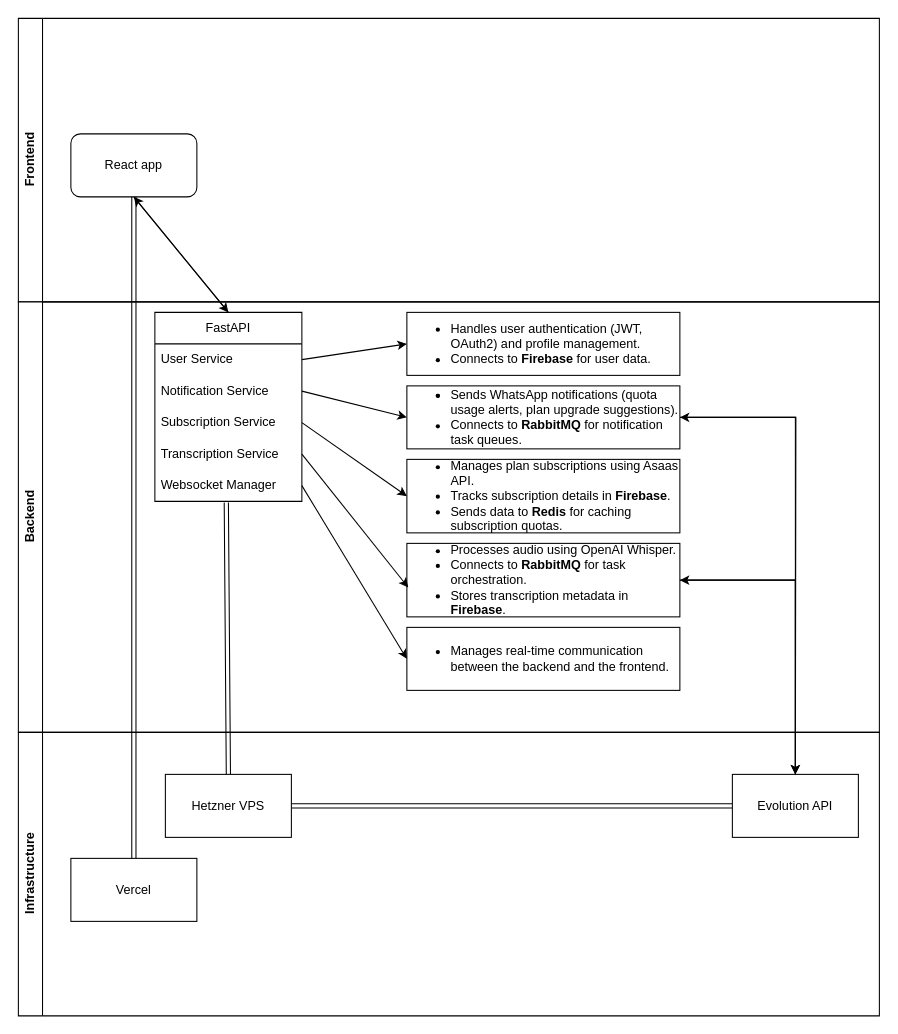
The draw.io diagram SystemDesign.drawio in gianverdum/CutTheChaseArchitecture, before the edit. Source tidied: cells renumbered, new cells numbered last; positions are measured from the earlier drawing's top-left corner, leaving out a move shared by most shapes. Both pictures are drawn from the tidied source at 105%, with x=0, y=0 at pixel (18, 18).
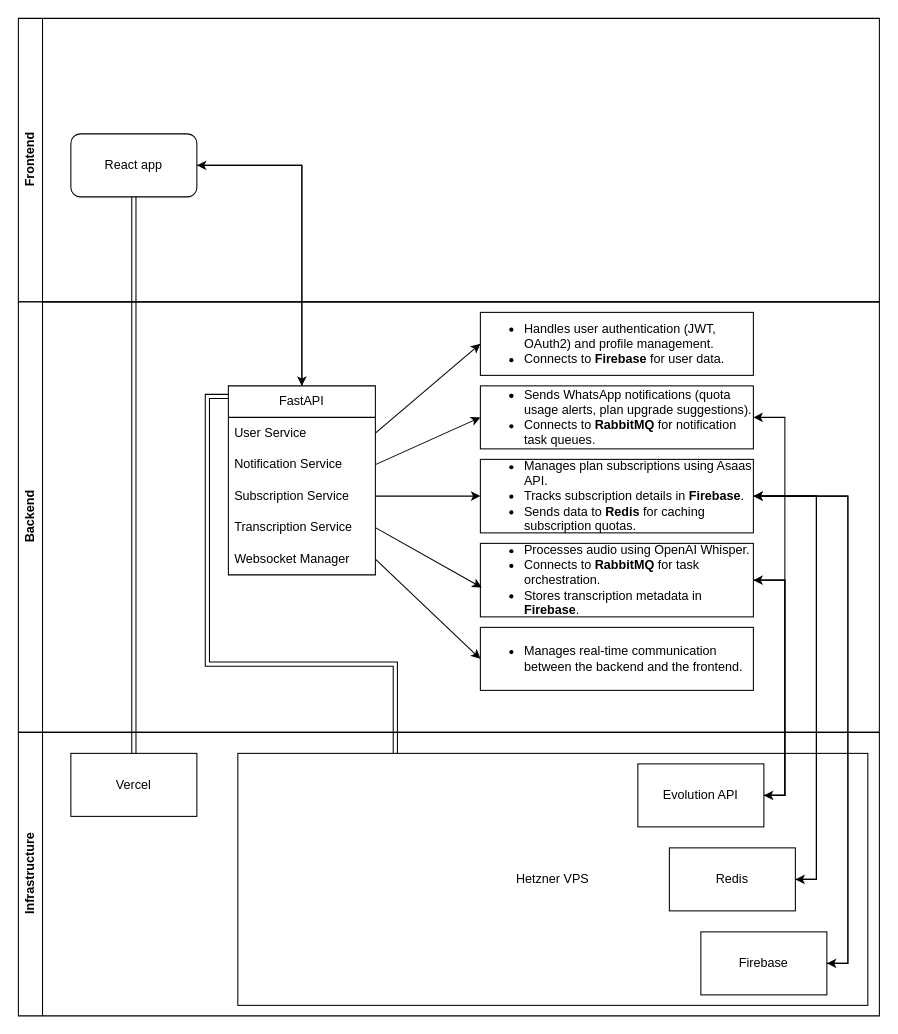
After the change.

Commit message:
System design v1

Unchanged cells that the change refers to:
```xml
<mxCell id="3" value="React app" style="rounded=1;whiteSpace=wrap;html=1;" parent="2" vertex="1">
  <mxGeometry x="50" y="110" width="120" height="60" as="geometry" />
</mxCell>
<mxCell id="4" value="Backend" style="swimlane;horizontal=0;whiteSpace=wrap;html=1;" parent="1" vertex="1">
  <mxGeometry y="270" width="820" height="410" as="geometry" />
</mxCell>
<mxCell id="10" value="Websocket Manager" style="text;strokeColor=none;fillColor=none;align=left;verticalAlign=middle;spacingLeft=4;spacingRight=4;overflow=hidden;points=[[0,0.5],[1,0.5]];portConstraint=eastwest;whiteSpace=wrap;html=1;" parent="5" vertex="1">
  <mxGeometry y="150" width="140" height="30" as="geometry" />
</mxCell>
<mxCell id="22" value="Infrastructure" style="swimlane;horizontal=0;whiteSpace=wrap;html=1;" parent="1" vertex="1">
  <mxGeometry y="680" width="820" height="270" as="geometry" />
</mxCell>
```

What changed in the source:
```diff
@@
     <mxCell id="5" value="FastAPI" style="swimlane;fontStyle=0;horizontal=1;startSize=30;whiteSpace=wrap;html=1;" parent="4" vertex="1">
-      <mxGeometry x="130" y="10" width="140" height="180" as="geometry" />
+      <mxGeometry x="200" y="80" width="140" height="180" as="geometry" />
     </mxCell>
@@
-    <mxCell id="11" style="edgeStyle=orthogonalEdgeStyle;rounded=0;jettySize=auto;html=1;exitX=1;exitY=0.5;exitDx=0;exitDy=0;" parent="4" edge="1" source="12">
-      <mxGeometry relative="1" as="geometry">
-        <mxPoint x="740" y="450" as="targetPoint" />
-      </mxGeometry>
-    </mxCell>
     <mxCell id="12" value="&lt;ul&gt;&lt;li&gt;&lt;li&gt;Sends WhatsApp notifications (quota usage alerts, plan upgrade suggestions).&lt;/li&gt;&lt;li&gt;Connects to &lt;strong&gt;RabbitMQ&lt;/strong&gt; for notification task queues.&lt;/li&gt;&lt;/li&gt;&lt;/ul&gt;" style="rounded=0;whiteSpace=wrap;html=1;align=left;" parent="4" vertex="1">
-      <mxGeometry x="370" y="80" width="260" height="60" as="geometry" />
+      <mxGeometry x="440" y="80" width="260" height="60" as="geometry" />
     </mxCell>
@@
     <mxCell id="14" value="&lt;ul&gt;&lt;li&gt;Manages plan subscriptions using Asaas API.&lt;/li&gt;&lt;li&gt;Tracks subscription details in &lt;strong&gt;Firebase&lt;/strong&gt;.&lt;/li&gt;&lt;li&gt;Sends data to &lt;strong&gt;Redis&lt;/strong&gt; for caching subscription quotas.&lt;/li&gt;&lt;/ul&gt;" style="rounded=0;whiteSpace=wrap;html=1;align=left;" parent="4" vertex="1">
-      <mxGeometry x="370" y="150" width="260" height="70" as="geometry" />
+      <mxGeometry x="440" y="150" width="260" height="70" as="geometry" />
     </mxCell>
@@
     <mxCell id="16" value="&lt;ul&gt;&lt;li&gt;Processes audio using OpenAI Whisper.&lt;/li&gt;&lt;li&gt;Connects to &lt;strong&gt;RabbitMQ&lt;/strong&gt; for task orchestration.&lt;/li&gt;&lt;li&gt;Stores transcription metadata in &lt;strong&gt;Firebase&lt;/strong&gt;.&lt;/li&gt;&lt;/ul&gt;" style="rounded=0;whiteSpace=wrap;html=1;align=left;" parent="4" vertex="1">
-      <mxGeometry x="370" y="230" width="260" height="70" as="geometry" />
+      <mxGeometry x="440" y="230" width="260" height="70" as="geometry" />
     </mxCell>
@@
     <mxCell id="18" value="&lt;ul&gt;&lt;li&gt;Manages real-time communication between the backend and the frontend.&lt;/li&gt;&lt;/ul&gt;" style="rounded=0;whiteSpace=wrap;html=1;align=left;" parent="4" vertex="1">
-      <mxGeometry x="370" y="310" width="260" height="60" as="geometry" />
+      <mxGeometry x="440" y="310" width="260" height="60" as="geometry" />
     </mxCell>
@@
     <mxCell id="20" value="&lt;ul&gt;&lt;li&gt;Handles user authentication (JWT, OAuth2) and profile management.&lt;/li&gt;&lt;li&gt;Connects to &lt;strong&gt;Firebase&lt;/strong&gt; for user data.&lt;/li&gt;&lt;/ul&gt;" style="rounded=0;whiteSpace=wrap;html=1;align=left;" parent="4" vertex="1">
-      <mxGeometry x="370" y="10" width="260" height="60" as="geometry" />
+      <mxGeometry x="440" y="10" width="260" height="60" as="geometry" />
     </mxCell>
@@
     <mxCell id="23" value="Vercel" style="rounded=0;whiteSpace=wrap;html=1;" parent="22" vertex="1">
-      <mxGeometry x="50" y="120" width="120" height="60" as="geometry" />
+      <mxGeometry x="50" y="20" width="120" height="60" as="geometry" />
     </mxCell>
-    <mxCell id="24" style="edgeStyle=orthogonalEdgeStyle;rounded=0;jettySize=auto;html=1;exitX=1;exitY=0.5;exitDx=0;exitDy=0;entryX=0;entryY=0.5;entryDx=0;entryDy=0;shape=link;" parent="22" edge="1" source="25" target="27">
-      <mxGeometry relative="1" as="geometry" />
-    </mxCell>
     <mxCell id="25" value="Hetzner VPS" style="rounded=0;whiteSpace=wrap;html=1;" parent="22" vertex="1">
-      <mxGeometry x="140" y="40" width="120" height="60" as="geometry" />
+      <mxGeometry x="209" y="20" width="600" height="240" as="geometry" />
     </mxCell>
@@
     <mxCell id="27" value="Evolution API" style="rounded=0;whiteSpace=wrap;html=1;" parent="22" vertex="1">
-      <mxGeometry x="680" y="40" width="120" height="60" as="geometry" />
+      <mxGeometry x="590" y="30" width="120" height="60" as="geometry" />
     </mxCell>
-    <mxCell id="28" style="edgeStyle=none;rounded=0;jettySize=auto;html=1;exitX=0.5;exitY=1;exitDx=0;exitDy=0;entryX=0.5;entryY=0;entryDx=0;entryDy=0;" parent="1" edge="1" source="3" target="5">
-      <mxGeometry relative="1" as="geometry" />
-    </mxCell>
-    <mxCell id="29" style="edgeStyle=none;rounded=0;jettySize=auto;html=1;exitX=0.5;exitY=0;exitDx=0;exitDy=0;entryX=0.5;entryY=1;entryDx=0;entryDy=0;" parent="1" edge="1" source="5" target="3">
-      <mxGeometry relative="1" as="geometry" />
-    </mxCell>
+    <mxCell id="35" value="Redis" style="rounded=0;whiteSpace=wrap;html=1;" parent="22" vertex="1">
+      <mxGeometry x="620" y="110" width="120" height="60" as="geometry" />
+    </mxCell>
+    <mxCell id="36" value="Firebase" style="rounded=0;whiteSpace=wrap;html=1;" parent="22" vertex="1">
+      <mxGeometry x="650" y="190" width="120" height="60" as="geometry" />
+    </mxCell>
@@
-    <mxCell id="31" style="edgeStyle=none;rounded=0;jettySize=auto;html=1;exitX=0.5;exitY=0;exitDx=0;exitDy=0;shape=link;entryX=0.486;entryY=1.039;entryDx=0;entryDy=0;entryPerimeter=0;" parent="1" edge="1" source="25" target="10">
-      <mxGeometry relative="1" as="geometry" />
-    </mxCell>
-    <mxCell id="32" style="edgeStyle=orthogonalEdgeStyle;rounded=0;jettySize=auto;html=1;exitX=1;exitY=0.5;exitDx=0;exitDy=0;entryX=0.5;entryY=0;entryDx=0;entryDy=0;" parent="1" edge="1" source="16" target="27">
+    <mxCell id="32" style="edgeStyle=orthogonalEdgeStyle;rounded=0;jettySize=auto;html=1;exitX=1;exitY=0.5;exitDx=0;exitDy=0;entryX=1;entryY=0.5;entryDx=0;entryDy=0;" parent="1" edge="1" source="16" target="27">
       <mxGeometry relative="1" as="geometry" />
     </mxCell>
-    <mxCell id="33" style="edgeStyle=orthogonalEdgeStyle;rounded=0;jettySize=auto;html=1;exitX=0.5;exitY=0;exitDx=0;exitDy=0;entryX=1;entryY=0.5;entryDx=0;entryDy=0;" parent="1" edge="1" source="27" target="16">
+    <mxCell id="33" style="edgeStyle=orthogonalEdgeStyle;rounded=0;jettySize=auto;html=1;exitX=1;exitY=0.5;exitDx=0;exitDy=0;entryX=1;entryY=0.5;entryDx=0;entryDy=0;" parent="1" edge="1" source="27" target="16">
       <mxGeometry relative="1" as="geometry" />
     </mxCell>
-    <mxCell id="34" style="edgeStyle=orthogonalEdgeStyle;rounded=0;jettySize=auto;html=1;exitX=0.5;exitY=0;exitDx=0;exitDy=0;entryX=1;entryY=0.5;entryDx=0;entryDy=0;" parent="1" edge="1" source="27" target="12">
+    <mxCell id="34" style="edgeStyle=orthogonalEdgeStyle;rounded=0;jettySize=auto;html=1;exitX=1;exitY=0.5;exitDx=0;exitDy=0;entryX=1;entryY=0.5;entryDx=0;entryDy=0;" parent="1" edge="1" source="27" target="12">
       <mxGeometry relative="1" as="geometry" />
     </mxCell>
+    <mxCell id="37" style="edgeStyle=orthogonalEdgeStyle;rounded=0;jettySize=auto;html=1;exitX=1;exitY=0.5;exitDx=0;exitDy=0;entryX=1;entryY=0.5;entryDx=0;entryDy=0;" parent="1" edge="1" source="36" target="14">
+      <mxGeometry relative="1" as="geometry" />
+    </mxCell>
+    <mxCell id="38" style="edgeStyle=orthogonalEdgeStyle;rounded=0;jettySize=auto;html=1;exitX=1;exitY=0.5;exitDx=0;exitDy=0;entryX=1;entryY=0.5;entryDx=0;entryDy=0;" parent="1" edge="1" source="14" target="36">
+      <mxGeometry relative="1" as="geometry" />
+    </mxCell>
+    <mxCell id="39" style="edgeStyle=orthogonalEdgeStyle;rounded=0;jettySize=auto;html=1;exitX=1;exitY=0.5;exitDx=0;exitDy=0;entryX=1;entryY=0.5;entryDx=0;entryDy=0;" parent="1" edge="1" source="35" target="14">
+      <mxGeometry relative="1" as="geometry" />
+    </mxCell>
+    <mxCell id="40" style="edgeStyle=orthogonalEdgeStyle;rounded=0;jettySize=auto;html=1;exitX=1;exitY=0.5;exitDx=0;exitDy=0;entryX=1;entryY=0.5;entryDx=0;entryDy=0;" parent="1" edge="1" source="14" target="35">
+      <mxGeometry relative="1" as="geometry" />
+    </mxCell>
+    <mxCell id="28" style="edgeStyle=orthogonalEdgeStyle;rounded=0;jettySize=auto;html=1;exitX=1;exitY=0.5;exitDx=0;exitDy=0;entryX=0.5;entryY=0;entryDx=0;entryDy=0;" parent="1" edge="1" source="3" target="5">
+      <mxGeometry relative="1" as="geometry" />
+    </mxCell>
+    <mxCell id="29" style="edgeStyle=orthogonalEdgeStyle;rounded=0;jettySize=auto;html=1;exitX=0.5;exitY=0;exitDx=0;exitDy=0;entryX=1;entryY=0.5;entryDx=0;entryDy=0;" parent="1" edge="1" source="5" target="3">
+      <mxGeometry relative="1" as="geometry" />
+    </mxCell>
+    <mxCell id="41" style="edgeStyle=orthogonalEdgeStyle;rounded=0;jettySize=auto;html=1;exitX=0.25;exitY=0;exitDx=0;exitDy=0;entryX=0;entryY=0.056;entryDx=0;entryDy=0;entryPerimeter=0;shape=link;" parent="1" edge="1" source="25" target="5">
+      <mxGeometry relative="1" as="geometry" />
+    </mxCell>
```
